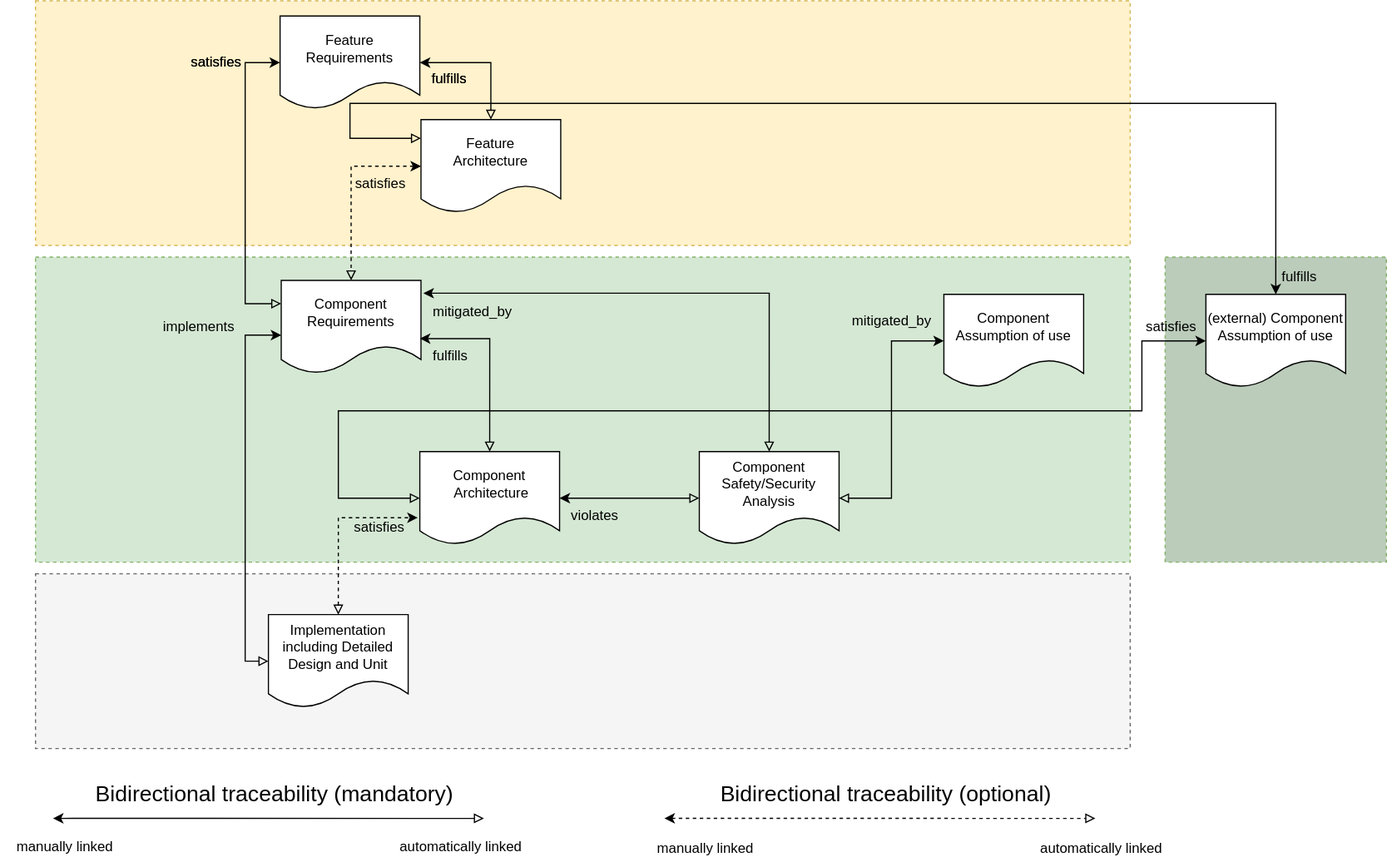
PiotrKorkus/reference_integration keeps this draw.io diagram as main/_images/score_traceability_model_cmp_overview_1.drawio.svg. Above is the earlier version. Source tidied: cells renumbered, new cells last; positions are measured from the earlier drawing's top-left corner, leaving out a move shared by most shapes.
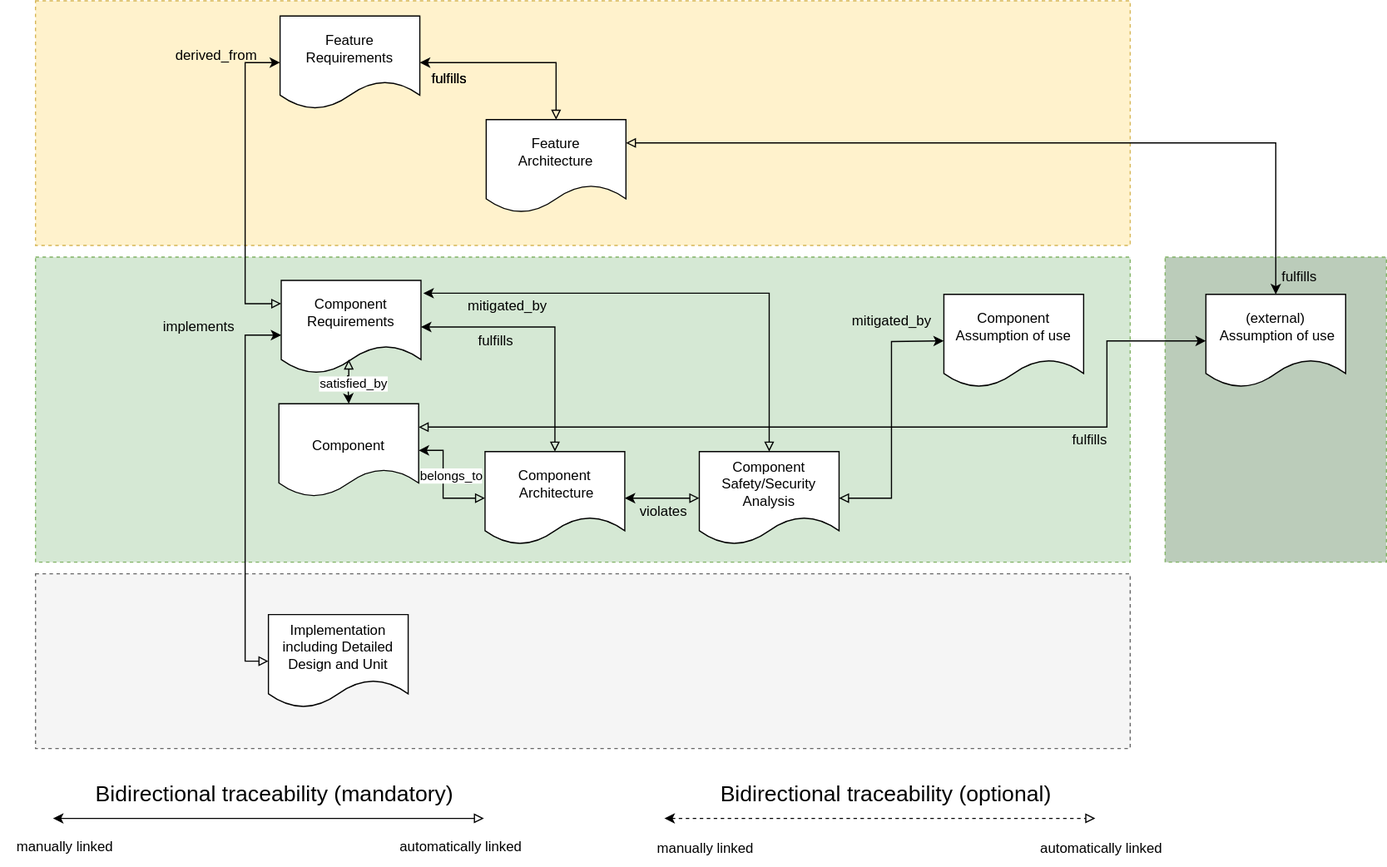
After the change.

Change to the diagram source:
```diff
@@ -33,7 +33,7 @@
       <mxGeometry x="241" y="240" width="120" height="80" as="geometry" />
     </mxCell>
     <mxCell id="9" value="&lt;br&gt;&lt;br&gt;Component&lt;br&gt;&amp;nbsp;Architecture&lt;br&gt;&lt;br&gt;&lt;br&gt;" style="shape=document;whiteSpace=wrap;html=1;boundedLbl=1;" parent="1" vertex="1">
-      <mxGeometry x="360" y="387" width="120" height="80" as="geometry" />
+      <mxGeometry x="416" y="387" width="120" height="80" as="geometry" />
     </mxCell>
     <mxCell id="10" style="edgeStyle=orthogonalEdgeStyle;rounded=0;jettySize=auto;html=1;entryX=1;entryY=0.5;entryDx=0;entryDy=0;exitX=0.5;exitY=0;exitDx=0;exitDy=0;startArrow=block;startFill=0;" parent="1" edge="1" source="15" target="5">
       <mxGeometry relative="1" as="geometry" />
@@ -49,11 +49,8 @@
         <mxPoint x="810" y="292" as="sourcePoint" />
       </mxGeometry>
     </mxCell>
-    <mxCell id="14" style="edgeStyle=orthogonalEdgeStyle;rounded=0;jettySize=auto;html=1;entryX=0.5;entryY=0;entryDx=0;entryDy=0;startArrow=classic;startFill=1;exitX=0;exitY=0.5;exitDx=0;exitDy=0;dashed=1;endArrow=block;endFill=0;" parent="1" edge="1" source="15" target="8">
-      <mxGeometry relative="1" as="geometry" />
-    </mxCell>
     <mxCell id="15" value="Feature&lt;br&gt;Architecture" style="shape=document;whiteSpace=wrap;html=1;boundedLbl=1;" parent="1" vertex="1">
-      <mxGeometry x="361" y="102" width="120" height="80" as="geometry" />
+      <mxGeometry x="417" y="102" width="120" height="80" as="geometry" />
     </mxCell>
     <mxCell id="16" value="&lt;div style=&quot;font-family: Consolas, &amp;quot;Courier New&amp;quot;, monospace; line-height: 19px;&quot;&gt;&lt;br&gt;&lt;/div&gt;" style="text;html=1;align=center;verticalAlign=middle;strokeColor=none;fillColor=none;fontSize=6;fontColor=#000000;" parent="1" vertex="1">
       <mxGeometry x="285" y="48" width="20" height="30" as="geometry" />
@@ -61,27 +58,22 @@
     <mxCell id="17" style="rounded=0;whiteSpace=wrap;html=1;dashed=1;fillColor=#BBCCBA;strokeColor=#82b366;" parent="1" vertex="1">
       <mxGeometry x="1000" y="220" width="190" height="262" as="geometry" />
     </mxCell>
-    <mxCell id="18" style="edgeStyle=orthogonalEdgeStyle;rounded=0;orthogonalLoop=1;jettySize=auto;html=1;entryX=0;entryY=0.25;entryDx=0;entryDy=0;fontSize=19;startArrow=classic;startFill=1;endArrow=block;endFill=0;" parent="1" edge="1">
+    <mxCell id="18" style="edgeStyle=orthogonalEdgeStyle;rounded=0;jettySize=auto;html=1;entryX=1;entryY=0.25;entryDx=0;entryDy=0;fontSize=19;startArrow=classic;startFill=1;endArrow=block;endFill=0;" parent="1" edge="1" target="15">
       <mxGeometry relative="1" as="geometry">
         <mxPoint x="1095" y="252" as="sourcePoint" />
-        <mxPoint x="361" y="118" as="targetPoint" />
         <Array as="points">
-          <mxPoint x="1095" y="88" />
-          <mxPoint x="300" y="88" />
-          <mxPoint x="300" y="118" />
+          <mxPoint x="1095" y="122" />
         </Array>
       </mxGeometry>
     </mxCell>
-    <mxCell id="19" value="(external) Component Assumption of use" style="shape=document;whiteSpace=wrap;html=1;boundedLbl=1;" parent="1" vertex="1">
+    <mxCell id="19" value="(external)&lt;br&gt;&amp;nbsp;Assumption of use" style="shape=document;whiteSpace=wrap;html=1;boundedLbl=1;" parent="1" vertex="1">
       <mxGeometry x="1035" y="252" width="120" height="80" as="geometry" />
     </mxCell>
-    <mxCell id="20" style="edgeStyle=orthogonalEdgeStyle;rounded=0;jettySize=auto;html=1;exitX=0;exitY=0.5;exitDx=0;exitDy=0;startArrow=block;startFill=0;entryX=0;entryY=0.5;entryDx=0;entryDy=0;" parent="1" edge="1" source="9" target="19">
+    <mxCell id="20" style="edgeStyle=orthogonalEdgeStyle;rounded=0;jettySize=auto;html=1;startArrow=block;startFill=0;entryX=0;entryY=0.5;entryDx=0;entryDy=0;exitX=1;exitY=0.25;exitDx=0;exitDy=0;" parent="1" edge="1" source="48" target="19">
       <mxGeometry relative="1" as="geometry">
         <Array as="points">
-          <mxPoint x="290" y="427" />
-          <mxPoint x="290" y="352" />
-          <mxPoint x="980" y="352" />
-          <mxPoint x="980" y="292" />
+          <mxPoint x="950" y="366" />
+          <mxPoint x="950" y="292" />
         </Array>
       </mxGeometry>
     </mxCell>
@@ -91,23 +83,22 @@
     <mxCell id="22" style="edgeStyle=orthogonalEdgeStyle;rounded=0;jettySize=auto;html=1;startArrow=block;startFill=0;exitX=0;exitY=0.5;exitDx=0;exitDy=0;entryX=0;entryY=0.588;entryDx=0;entryDy=0;entryPerimeter=0;endArrow=classic;endFill=1;" parent="1" edge="1" source="24" target="8">
       <mxGeometry relative="1" as="geometry" />
     </mxCell>
-    <mxCell id="23" style="edgeStyle=orthogonalEdgeStyle;rounded=0;jettySize=auto;html=1;entryX=-0.015;entryY=0.71;entryDx=0;entryDy=0;exitX=0.5;exitY=0;exitDx=0;exitDy=0;startArrow=block;startFill=0;entryPerimeter=0;dashed=1;" parent="1" edge="1" source="24" target="9">
-      <mxGeometry x="0.31" relative="1" as="geometry">
-        <Array as="points">
-          <mxPoint x="290" y="444" />
-        </Array>
-      </mxGeometry>
-    </mxCell>
     <mxCell id="24" value="Implementation&lt;br&gt;including Detailed Design and Unit" style="shape=document;whiteSpace=wrap;html=1;boundedLbl=1;" parent="1" vertex="1">
       <mxGeometry x="230" y="527" width="120" height="80" as="geometry" />
     </mxCell>
-    <mxCell id="25" style="edgeStyle=orthogonalEdgeStyle;rounded=0;jettySize=auto;html=1;entryX=0.992;entryY=0.625;entryDx=0;entryDy=0;entryPerimeter=0;exitX=0.5;exitY=0;exitDx=0;exitDy=0;startArrow=block;startFill=0;" parent="1" edge="1" source="9" target="8">
+    <mxCell id="25" style="edgeStyle=orthogonalEdgeStyle;rounded=0;jettySize=auto;html=1;entryX=1;entryY=0.5;entryDx=0;entryDy=0;exitX=0;exitY=0.5;exitDx=0;exitDy=0;startArrow=block;startFill=0;" parent="1" edge="1" source="9" target="48">
       <mxGeometry relative="1" as="geometry">
         <Array as="points">
-          <mxPoint x="420" y="290" />
+          <mxPoint x="380" y="427" />
+          <mxPoint x="380" y="386" />
         </Array>
       </mxGeometry>
     </mxCell>
+    <mxCell id="47" value="belongs_to" style="edgeLabel;html=1;align=center;verticalAlign=middle;" parent="25" vertex="1">
+      <mxGeometry x="0.14" y="1" relative="1" as="geometry">
+        <mxPoint x="7" as="offset" />
+      </mxGeometry>
+    </mxCell>
     <mxCell id="26" style="edgeStyle=orthogonalEdgeStyle;rounded=0;orthogonalLoop=1;jettySize=auto;html=1;startArrow=classic;startFill=1;endArrow=block;endFill=0;" parent="1" edge="1">
       <mxGeometry x="0.38" y="5" relative="1" as="geometry">
         <mxPoint x="45" y="702" as="sourcePoint" />
@@ -147,14 +138,8 @@
     <mxCell id="34" value="implements" style="text;html=1;align=center;verticalAlign=middle;strokeColor=none;fillColor=none;" parent="1" vertex="1">
       <mxGeometry x="130" y="265" width="80" height="30" as="geometry" />
     </mxCell>
-    <mxCell id="35" value="satisfies" style="text;html=1;align=center;verticalAlign=middle;strokeColor=none;fillColor=none;" parent="1" vertex="1">
-      <mxGeometry x="290" y="437" width="70" height="30" as="geometry" />
-    </mxCell>
-    <mxCell id="36" value="fulfills" style="text;html=1;align=center;verticalAlign=middle;strokeColor=none;fillColor=none;" parent="1" vertex="1">
-      <mxGeometry x="361" y="290" width="50" height="30" as="geometry" />
-    </mxCell>
-    <mxCell id="37" value="satisfies" style="text;html=1;align=center;verticalAlign=middle;strokeColor=none;fillColor=none;" parent="1" vertex="1">
-      <mxGeometry x="970" y="265" width="70" height="30" as="geometry" />
+    <mxCell id="37" value="fulfills" style="text;html=1;align=center;verticalAlign=middle;strokeColor=none;fillColor=none;" parent="1" vertex="1">
+      <mxGeometry x="910" y="362" width="50" height="30" as="geometry" />
     </mxCell>
     <mxCell id="38" value="fulfills" style="text;html=1;align=center;verticalAlign=middle;strokeColor=none;fillColor=none;" parent="1" vertex="1">
       <mxGeometry x="1090" y="222" width="50" height="30" as="geometry" />
@@ -162,26 +147,40 @@
     <mxCell id="39" value="fulfills" style="text;html=1;align=center;verticalAlign=middle;strokeColor=none;fillColor=none;" parent="1" vertex="1">
       <mxGeometry x="360" y="52" width="50" height="30" as="geometry" />
     </mxCell>
-    <mxCell id="40" value="satisfies" style="text;html=1;align=center;verticalAlign=middle;strokeColor=none;fillColor=none;" parent="1" vertex="1">
-      <mxGeometry x="150" y="38" width="70" height="30" as="geometry" />
-    </mxCell>
-    <mxCell id="41" value="satisfies" style="text;html=1;align=center;verticalAlign=middle;strokeColor=none;fillColor=none;" parent="1" vertex="1">
-      <mxGeometry x="291" y="142" width="70" height="30" as="geometry" />
-    </mxCell>
     <mxCell id="42" value="violates" style="text;html=1;align=center;verticalAlign=middle;strokeColor=none;fillColor=none;" parent="1" vertex="1">
-      <mxGeometry x="480" y="427" width="60" height="30" as="geometry" />
+      <mxGeometry x="539" y="424" width="60" height="30" as="geometry" />
     </mxCell>
     <mxCell id="43" value="mitigated_by" style="text;html=1;align=center;verticalAlign=middle;strokeColor=none;fillColor=none;" parent="1" vertex="1">
       <mxGeometry x="720" y="260" width="90" height="30" as="geometry" />
     </mxCell>
-    <mxCell id="44" value="satisfies" style="text;html=1;align=center;verticalAlign=middle;strokeColor=none;fillColor=none;" parent="1" vertex="1">
-      <mxGeometry x="150" y="38" width="70" height="30" as="geometry" />
+    <mxCell id="44" value="derived_from" style="text;html=1;align=center;verticalAlign=middle;strokeColor=none;fillColor=none;" parent="1" vertex="1">
+      <mxGeometry x="140" y="32" width="90" height="30" as="geometry" />
     </mxCell>
     <mxCell id="45" value="fulfills" style="text;html=1;align=center;verticalAlign=middle;strokeColor=none;fillColor=none;" parent="1" vertex="1">
       <mxGeometry x="360" y="52" width="50" height="30" as="geometry" />
     </mxCell>
     <mxCell id="46" value="mitigated_by" style="text;html=1;align=center;verticalAlign=middle;strokeColor=none;fillColor=none;" parent="1" vertex="1">
-      <mxGeometry x="360" y="252" width="90" height="30" as="geometry" />
+      <mxGeometry x="390" y="247" width="90" height="30" as="geometry" />
     </mxCell>
+    <mxCell id="48" value="&lt;br&gt;&lt;br&gt;Component&lt;br&gt;&lt;br&gt;" style="shape=document;whiteSpace=wrap;html=1;boundedLbl=1;" parent="1" vertex="1">
+      <mxGeometry x="239" y="346" width="120" height="80" as="geometry" />
+    </mxCell>
+    <mxCell id="49" style="edgeStyle=orthogonalEdgeStyle;rounded=0;jettySize=auto;html=1;entryX=0.5;entryY=0;entryDx=0;entryDy=0;exitX=0.483;exitY=0.85;exitDx=0;exitDy=0;startArrow=block;startFill=0;exitPerimeter=0;" parent="1" edge="1" source="8" target="48">
+      <mxGeometry relative="1" as="geometry">
+        <Array as="points">
+          <mxPoint x="299" y="322" />
+          <mxPoint x="298" y="322" />
+        </Array>
+      </mxGeometry>
+    </mxCell>
+    <mxCell id="50" value="satisfied_by" style="edgeLabel;html=1;align=center;verticalAlign=middle;" parent="49" vertex="1">
+      <mxGeometry x="0.15" y="4" relative="1" as="geometry" />
+    </mxCell>
+    <mxCell id="51" style="edgeStyle=orthogonalEdgeStyle;rounded=0;jettySize=auto;html=1;exitX=0.5;exitY=0;exitDx=0;exitDy=0;startArrow=block;startFill=0;entryX=1;entryY=0.5;entryDx=0;entryDy=0;" parent="1" edge="1" source="9" target="8">
+      <mxGeometry relative="1" as="geometry" />
+    </mxCell>
+    <mxCell id="36" value="fulfills" style="text;html=1;align=center;verticalAlign=middle;strokeColor=none;fillColor=none;" parent="1" vertex="1">
+      <mxGeometry x="400" y="277" width="50" height="30" as="geometry" />
+    </mxCell>
   </root>
 </mxGraphModel>
```
